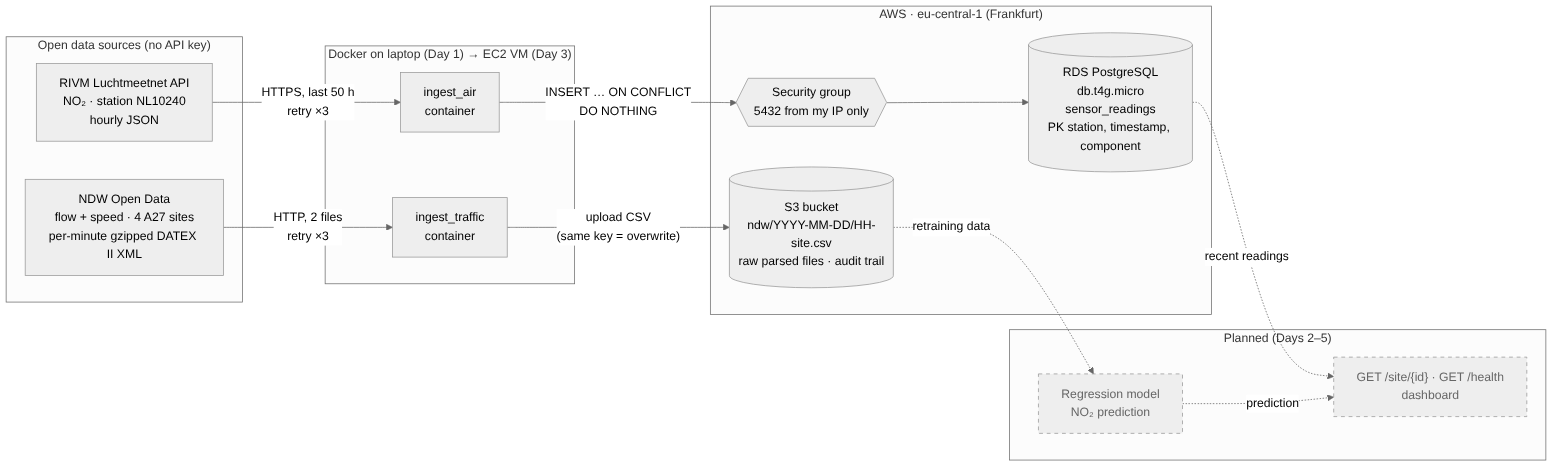
The Mermaid diagram docs/diagrams/day1-architecture.png in GabrielJukema233172/airbreda, before a commit. Its source is kept beside it as docs/diagrams/day1-architecture.mmd. Source of this version:
```mermaid
flowchart LR
    subgraph SRC["Open data sources (no API key)"]
        LMN["RIVM Luchtmeetnet API<br/>NO₂ · station NL10240<br/>hourly JSON"]
        NDW["NDW Open Data<br/>flow + speed · 4 A27 sites<br/>per-minute gzipped DATEX II XML"]
    end

    subgraph LAPTOP["Docker on laptop (Day 1) → EC2 VM (Day 3)"]
        AIR["ingest_air<br/>container"]
        TRF["ingest_traffic<br/>container"]
    end

    subgraph AWS["AWS · eu-central-1 (Frankfurt)"]
        SG{{"Security group<br/>5432 from my IP only"}}
        RDS[("RDS PostgreSQL<br/>db.t4g.micro<br/>sensor_readings<br/>PK station, timestamp, component")]
        S3[("S3 bucket<br/>ndw/YYYY-MM-DD/HH-site.csv<br/>raw parsed files · audit trail")]
    end

    subgraph LATER["Planned (Days 2–5)"]
        ML["Regression model<br/>NO₂ prediction"]
        APIDASH["GET /site/{id} · GET /health<br/>dashboard"]
    end

    LMN -- "HTTPS, last 50 h<br/>retry ×3" --> AIR
    NDW -- "HTTP, 2 files<br/>retry ×3" --> TRF
    AIR -- "INSERT … ON CONFLICT<br/>DO NOTHING" --> SG --> RDS
    TRF -- "upload CSV<br/>(same key = overwrite)" --> S3
    S3 -. "retraining data" .-> ML
    RDS -. "recent readings" .-> APIDASH
    ML -. "prediction" .-> APIDASH

    classDef planned stroke-dasharray: 5 5,color:#666;
    class ML,APIDASH planned
```
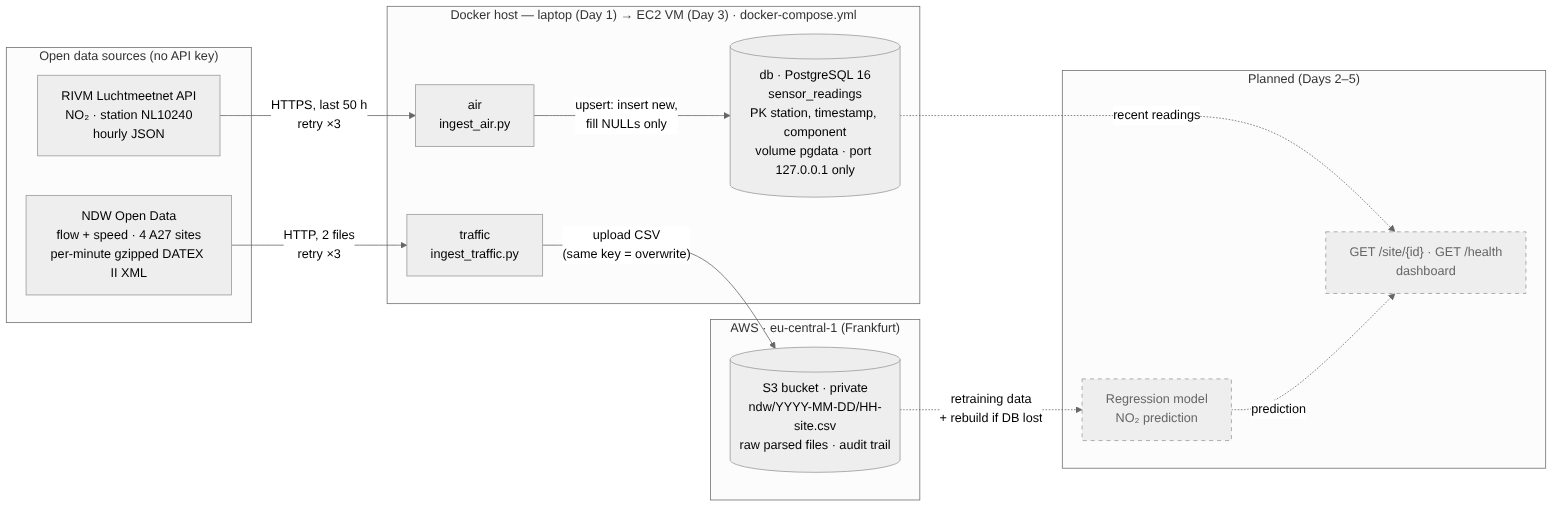
Above is the later version.

Change to the diagram source:
```diff
@@ -4,15 +4,14 @@
         NDW["NDW Open Data<br/>flow + speed · 4 A27 sites<br/>per-minute gzipped DATEX II XML"]
     end
 
-    subgraph LAPTOP["Docker on laptop (Day 1) → EC2 VM (Day 3)"]
-        AIR["ingest_air<br/>container"]
-        TRF["ingest_traffic<br/>container"]
+    subgraph HOST["Docker host — laptop (Day 1) → EC2 VM (Day 3) · docker-compose.yml"]
+        AIR["air<br/>ingest_air.py"]
+        TRF["traffic<br/>ingest_traffic.py"]
+        DB[("db · PostgreSQL 16<br/>sensor_readings<br/>PK station, timestamp, component<br/>volume pgdata · port 127.0.0.1 only")]
     end
 
     subgraph AWS["AWS · eu-central-1 (Frankfurt)"]
-        SG{{"Security group<br/>5432 from my IP only"}}
-        RDS[("RDS PostgreSQL<br/>db.t4g.micro<br/>sensor_readings<br/>PK station, timestamp, component")]
-        S3[("S3 bucket<br/>ndw/YYYY-MM-DD/HH-site.csv<br/>raw parsed files · audit trail")]
+        S3[("S3 bucket · private<br/>ndw/YYYY-MM-DD/HH-site.csv<br/>raw parsed files · audit trail")]
     end
 
     subgraph LATER["Planned (Days 2–5)"]
@@ -22,10 +21,10 @@
 
     LMN -- "HTTPS, last 50 h<br/>retry ×3" --> AIR
     NDW -- "HTTP, 2 files<br/>retry ×3" --> TRF
-    AIR -- "INSERT … ON CONFLICT<br/>DO NOTHING" --> SG --> RDS
+    AIR -- "upsert: insert new,<br/>fill NULLs only" --> DB
     TRF -- "upload CSV<br/>(same key = overwrite)" --> S3
-    S3 -. "retraining data" .-> ML
-    RDS -. "recent readings" .-> APIDASH
+    S3 -. "retraining data<br/>+ rebuild if DB lost" .-> ML
+    DB -. "recent readings" .-> APIDASH
     ML -. "prediction" .-> APIDASH
 
     classDef planned stroke-dasharray: 5 5,color:#666;
```
